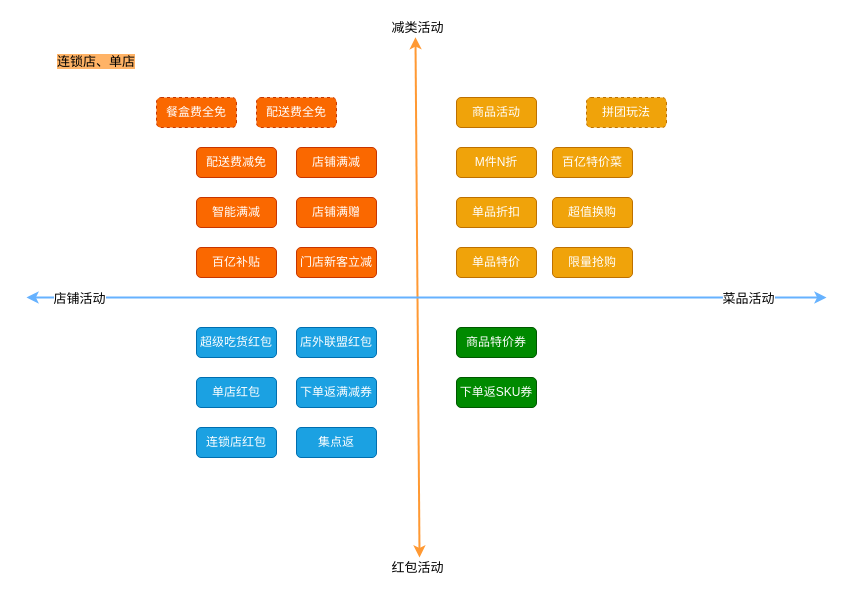
jon-kong/draw.io keeps this draw.io diagram as page "玩法分类" (5 of 6) of 营销工具架构.drawio. Above is the earlier version. Source tidied: cells renumbered, new cells numbered last; positions are measured from the earlier drawing's top-left corner, leaving out a move shared by most shapes. Both pictures are drawn from the tidied source at 100%, with x=0, y=0 at pixel (26, 17).
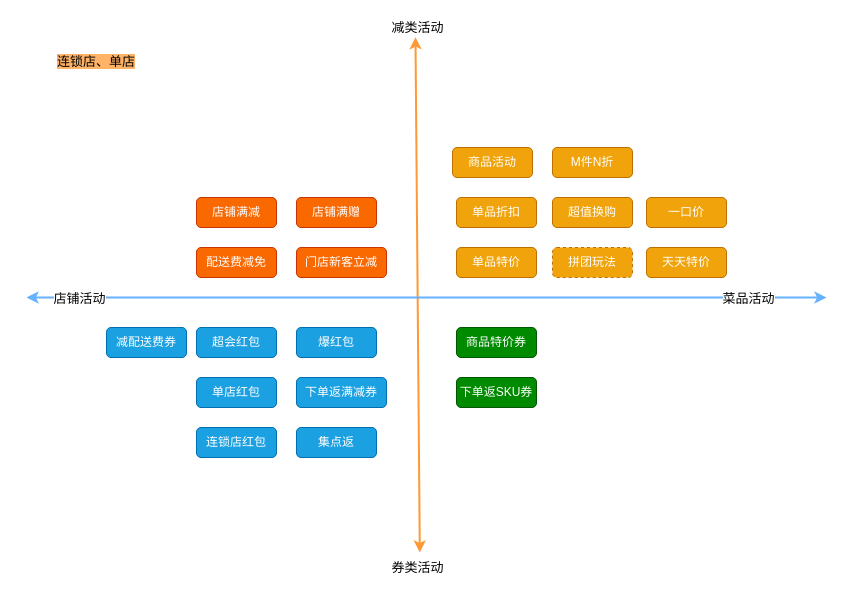
Above is the later version.

Commit message:
更新营销工具架构.drawio

What changed in the source:
```diff
@@
     <mxCell id="2" value="配送费减免" style="rounded=1;whiteSpace=wrap;html=1;fillColor=#fa6800;strokeColor=#C73500;fontColor=#ffffff;" parent="1" vertex="1">
-      <mxGeometry x="170" y="130" width="80" height="30" as="geometry" />
+      <mxGeometry x="170" y="230" width="80" height="30" as="geometry" />
     </mxCell>
     <mxCell id="3" value="店铺满减" style="rounded=1;whiteSpace=wrap;html=1;fillColor=#fa6800;strokeColor=#C73500;fontColor=#ffffff;" parent="1" vertex="1">
-      <mxGeometry x="270" y="130" width="80" height="30" as="geometry" />
+      <mxGeometry x="170" y="180" width="80" height="30" as="geometry" />
     </mxCell>
-    <mxCell id="4" value="智能满减" style="rounded=1;whiteSpace=wrap;html=1;fillColor=#fa6800;strokeColor=#C73500;fontColor=#ffffff;" parent="1" vertex="1">
-      <mxGeometry x="170" y="180" width="80" height="30" as="geometry" />
-    </mxCell>
-    <mxCell id="5" value="百亿补贴" style="rounded=1;whiteSpace=wrap;html=1;fillColor=#fa6800;strokeColor=#C73500;fontColor=#ffffff;" parent="1" vertex="1">
-      <mxGeometry x="170" y="230" width="80" height="30" as="geometry" />
-    </mxCell>
@@
-    <mxCell id="7" value="百亿特价菜" style="rounded=1;whiteSpace=wrap;html=1;fillColor=#f0a30a;strokeColor=#BD7000;fontColor=#ffffff;" parent="1" vertex="1">
-      <mxGeometry x="526" y="130" width="80" height="30" as="geometry" />
+    <mxCell id="7" value="一口价" style="rounded=1;whiteSpace=wrap;html=1;fillColor=#f0a30a;strokeColor=#BD7000;fontColor=#ffffff;" parent="1" vertex="1">
+      <mxGeometry x="620" y="180" width="80" height="30" as="geometry" />
     </mxCell>
     <mxCell id="8" value="M件N折" style="rounded=1;whiteSpace=wrap;html=1;fillColor=#f0a30a;strokeColor=#BD7000;fontColor=#ffffff;" parent="1" vertex="1">
-      <mxGeometry x="430" y="130" width="80" height="30" as="geometry" />
+      <mxGeometry x="526" y="130" width="80" height="30" as="geometry" />
     </mxCell>
@@
     <mxCell id="10" value="门店新客立减" style="rounded=1;whiteSpace=wrap;html=1;fillColor=#fa6800;strokeColor=#C73500;fontColor=#ffffff;" parent="1" vertex="1">
-      <mxGeometry x="270" y="230" width="80" height="30" as="geometry" />
+      <mxGeometry x="270" y="230" width="90" height="30" as="geometry" />
     </mxCell>
     <mxCell id="11" value="商品活动" style="rounded=1;whiteSpace=wrap;html=1;fillColor=#f0a30a;strokeColor=#BD7000;fontColor=#ffffff;" parent="1" vertex="1">
-      <mxGeometry x="430" y="80" width="80" height="30" as="geometry" />
+      <mxGeometry x="426" y="130" width="80" height="30" as="geometry" />
     </mxCell>
     <mxCell id="12" value="下单返满减券" style="rounded=1;whiteSpace=wrap;html=1;fillColor=#1ba1e2;strokeColor=#006EAF;fontColor=#ffffff;" parent="1" vertex="1">
-      <mxGeometry x="270" y="360" width="80" height="30" as="geometry" />
+      <mxGeometry x="270" y="360" width="90" height="30" as="geometry" />
     </mxCell>
@@
-    <mxCell id="15" value="店外联盟红包" style="rounded=1;whiteSpace=wrap;html=1;fillColor=#1ba1e2;strokeColor=#006EAF;fontColor=#ffffff;" parent="1" vertex="1">
+    <mxCell id="15" value="爆红包" style="rounded=1;whiteSpace=wrap;html=1;fillColor=#1ba1e2;strokeColor=#006EAF;fontColor=#ffffff;" parent="1" vertex="1">
       <mxGeometry x="270" y="310" width="80" height="30" as="geometry" />
     </mxCell>
@@
-    <mxCell id="21" value="红包活动" style="text;html=1;align=center;verticalAlign=middle;points=[];fontSize=13;fontColor=#000000;" parent="1" vertex="1">
-      <mxGeometry x="356" y="540" width="70" height="20" as="geometry" />
+    <mxCell id="21" value="券类活动" style="text;html=1;align=center;verticalAlign=middle;points=[];fontSize=13;fontColor=#000000;" parent="1" vertex="1">
+      <mxGeometry x="351" y="535" width="80" height="30" as="geometry" />
     </mxCell>
-    <mxCell id="22" value="超级吃货红包" style="rounded=1;whiteSpace=wrap;html=1;fillColor=#1ba1e2;strokeColor=#006EAF;fontColor=#ffffff;" parent="1" vertex="1">
+    <mxCell id="22" value="超会红包" style="rounded=1;whiteSpace=wrap;html=1;fillColor=#1ba1e2;strokeColor=#006EAF;fontColor=#ffffff;" parent="1" vertex="1">
       <mxGeometry x="170" y="310" width="80" height="30" as="geometry" />
     </mxCell>
@@
-    <mxCell id="25" value="限量抢购" style="rounded=1;whiteSpace=wrap;html=1;fillColor=#f0a30a;strokeColor=#BD7000;fontColor=#ffffff;" parent="1" vertex="1">
-      <mxGeometry x="526" y="230" width="80" height="30" as="geometry" />
+    <mxCell id="25" value="天天特价" style="rounded=1;whiteSpace=wrap;html=1;fillColor=#f0a30a;strokeColor=#BD7000;fontColor=#ffffff;" parent="1" vertex="1">
+      <mxGeometry x="620" y="230" width="80" height="30" as="geometry" />
     </mxCell>
@@
-    <mxCell id="28" value="餐盒费全免" style="rounded=1;whiteSpace=wrap;html=1;fillColor=#fa6800;strokeColor=#C73500;fontColor=#ffffff;dashed=1;" parent="1" vertex="1">
-      <mxGeometry x="130" y="80" width="80" height="30" as="geometry" />
-    </mxCell>
-    <mxCell id="29" value="配送费全免" style="rounded=1;whiteSpace=wrap;html=1;fillColor=#fa6800;strokeColor=#C73500;fontColor=#ffffff;dashed=1;" parent="1" vertex="1">
-      <mxGeometry x="230" y="80" width="80" height="30" as="geometry" />
-    </mxCell>
     <mxCell id="30" value="拼团玩法" style="rounded=1;whiteSpace=wrap;html=1;fillColor=#f0a30a;strokeColor=#BD7000;fontColor=#ffffff;dashed=1;" parent="1" vertex="1">
-      <mxGeometry x="560" y="80" width="80" height="30" as="geometry" />
+      <mxGeometry x="526" y="230" width="80" height="30" as="geometry" />
     </mxCell>
@@
+    <mxCell id="33" value="减配送费券" style="rounded=1;whiteSpace=wrap;html=1;fillColor=#1ba1e2;strokeColor=#006EAF;fontColor=#ffffff;" parent="1" vertex="1">
+      <mxGeometry x="80" y="310" width="80" height="30" as="geometry" />
+    </mxCell>
```
